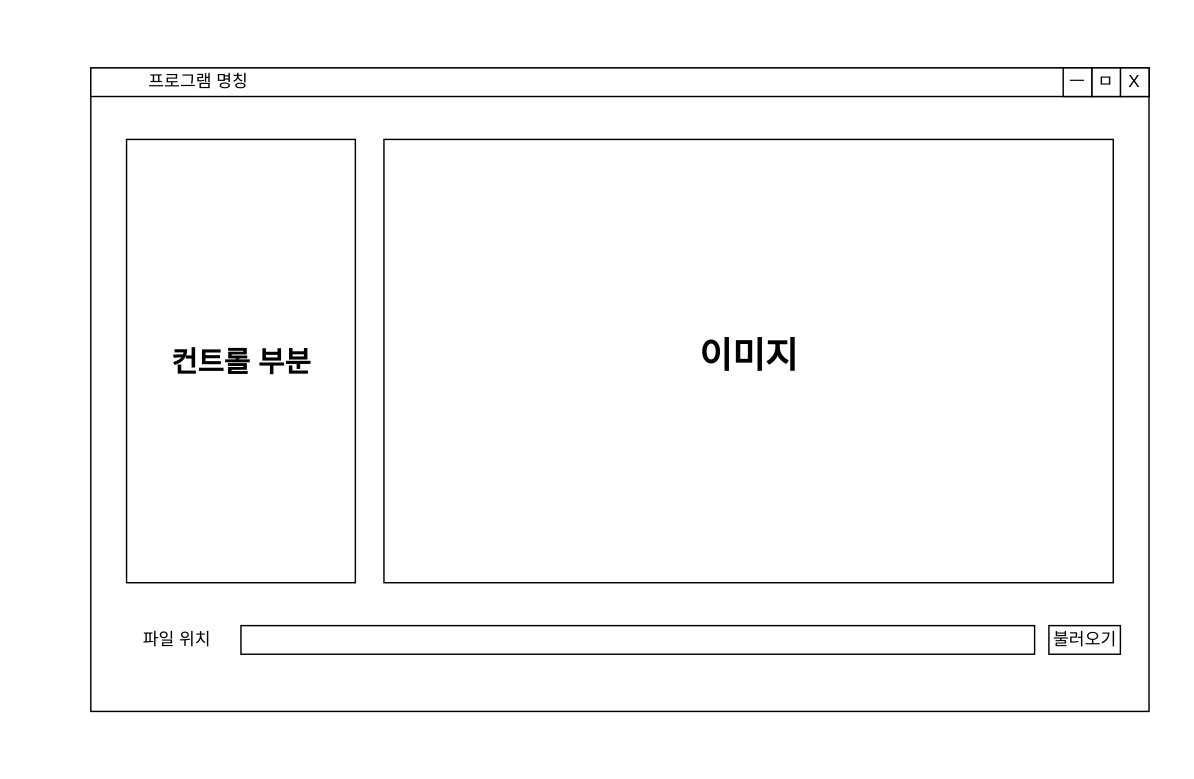
This is ROI UI 설계.drawio from Hyunmin-Kwak-hub/neighbor21, a draw.io file, before an edit. Source tidied: cells renumbered, new cells numbered last; positions are measured from the earlier drawing's top-left corner, leaving out a move shared by most shapes. Both pictures are drawn from the tidied source at 143%, with x=0, y=0 at pixel (90, 60).
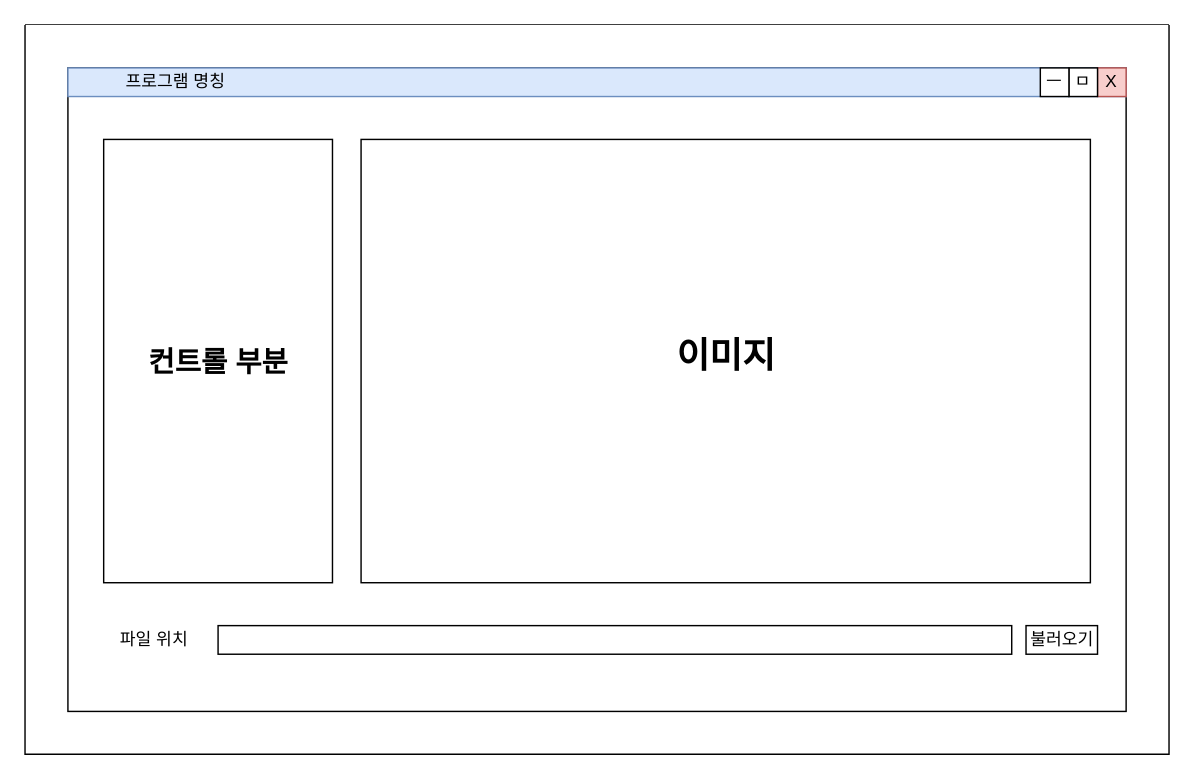
Above is the later version.

Commit message (it also covers changes not shown here):
ROI UI 설계.drawio 업데이트

Change to the diagram source:
```diff
@@
 <mxGraphModel>
   <root>
     <mxCell id="0" />
     <mxCell id="1" parent="0" />
+    <mxCell id="16" style="group;" parent="1" vertex="1">
+      <mxGeometry x="-46" y="-25" width="800" height="510" as="geometry" />
+    </mxCell>
+    <mxCell id="17" style="swimlane;startSize=0;swimlaneFillColor=default;" parent="16" vertex="1">
+      <mxGeometry width="800" height="510" as="geometry" />
+    </mxCell>
-    <mxCell id="2" style="rounded=0;whiteSpace=wrap;html=1;" parent="1" vertex="1">
-      <mxGeometry y="5" width="740" height="450" as="geometry" />
+    <mxCell id="2" style="rounded=0;whiteSpace=wrap;html=1;" parent="16" vertex="1">
+      <mxGeometry x="30" y="30" width="740" height="450" as="geometry" />
     </mxCell>
-    <mxCell id="3" style="rounded=0;whiteSpace=wrap;html=1;" parent="1" vertex="1">
-      <mxGeometry x="205" y="55" width="510" height="310" as="geometry" />
+    <mxCell id="3" style="rounded=0;whiteSpace=wrap;html=1;" parent="16" vertex="1">
+      <mxGeometry x="235" y="80" width="510" height="310" as="geometry" />
     </mxCell>
-    <mxCell id="4" style="rounded=0;whiteSpace=wrap;html=1;" parent="1" vertex="1">
-      <mxGeometry y="5" width="740" height="20" as="geometry" />
+    <mxCell id="4" style="rounded=0;whiteSpace=wrap;html=1;fillColor=#dae8fc;strokeColor=#6c8ebf;" parent="16" vertex="1">
+      <mxGeometry x="30" y="30" width="740" height="20" as="geometry" />
     </mxCell>
-    <mxCell id="5" value="X" style="whiteSpace=wrap;html=1;" parent="1" vertex="1">
-      <mxGeometry x="720" y="5" width="20" height="20" as="geometry" />
+    <mxCell id="5" value="X" style="whiteSpace=wrap;html=1;fillColor=#f8cecc;strokeColor=#b85450;" parent="16" vertex="1">
+      <mxGeometry x="750" y="30" width="20" height="20" as="geometry" />
     </mxCell>
-    <mxCell id="6" value="ㅁ" style="whiteSpace=wrap;html=1;" parent="1" vertex="1">
-      <mxGeometry x="700" y="5" width="20" height="20" as="geometry" />
+    <mxCell id="6" value="ㅁ" style="whiteSpace=wrap;html=1;" parent="16" vertex="1">
+      <mxGeometry x="730" y="30" width="20" height="20" as="geometry" />
     </mxCell>
-    <mxCell id="7" value="ㅡ" style="whiteSpace=wrap;html=1;" parent="1" vertex="1">
-      <mxGeometry x="680" y="5" width="20" height="20" as="geometry" />
+    <mxCell id="7" value="ㅡ" style="whiteSpace=wrap;html=1;" parent="16" vertex="1">
+      <mxGeometry x="710" y="30" width="20" height="20" as="geometry" />
     </mxCell>
-    <mxCell id="8" style="rounded=0;whiteSpace=wrap;html=1;" parent="1" vertex="1">
-      <mxGeometry x="25" y="55" width="160" height="310" as="geometry" />
+    <mxCell id="8" style="rounded=0;whiteSpace=wrap;html=1;" parent="16" vertex="1">
+      <mxGeometry x="55" y="80" width="160" height="310" as="geometry" />
     </mxCell>
-    <mxCell id="9" value="이미지" style="text;html=1;align=center;verticalAlign=middle;strokeColor=none;fillColor=none;fontSize=25;fontStyle=1;" parent="1" vertex="1">
-      <mxGeometry x="410" y="185" width="100" height="40" as="geometry" />
+    <mxCell id="9" value="이미지" style="text;html=1;align=center;verticalAlign=middle;strokeColor=none;fillColor=none;fontSize=25;fontStyle=1;" parent="16" vertex="1">
+      <mxGeometry x="440" y="210" width="100" height="40" as="geometry" />
     </mxCell>
-    <mxCell id="10" style="rounded=0;whiteSpace=wrap;html=1;" parent="1" vertex="1">
-      <mxGeometry x="105" y="395" width="555" height="20" as="geometry" />
+    <mxCell id="10" style="rounded=0;whiteSpace=wrap;html=1;" parent="16" vertex="1">
+      <mxGeometry x="135" y="420" width="555" height="20" as="geometry" />
     </mxCell>
-    <mxCell id="11" value="파일 위치" style="text;html=1;align=center;verticalAlign=middle;strokeColor=none;fillColor=none;" parent="1" vertex="1">
-      <mxGeometry x="25" y="390" width="70" height="30" as="geometry" />
+    <mxCell id="11" value="파일 위치" style="text;html=1;align=center;verticalAlign=middle;strokeColor=none;fillColor=none;" parent="16" vertex="1">
+      <mxGeometry x="55" y="415" width="70" height="30" as="geometry" />
     </mxCell>
-    <mxCell id="12" value="컨트롤 부분" style="text;html=1;align=center;verticalAlign=middle;strokeColor=none;fillColor=none;fontSize=20;fontStyle=1;" parent="1" vertex="1">
-      <mxGeometry x="40" y="190" width="130" height="40" as="geometry" />
+    <mxCell id="12" value="컨트롤 부분" style="text;html=1;align=center;verticalAlign=middle;strokeColor=none;fillColor=none;fontSize=20;fontStyle=1;" parent="16" vertex="1">
+      <mxGeometry x="70" y="215" width="130" height="40" as="geometry" />
     </mxCell>
-    <mxCell id="13" style="rounded=0;whiteSpace=wrap;html=1;" parent="1" vertex="1">
-      <mxGeometry x="670" y="395" width="50" height="20" as="geometry" />
+    <mxCell id="13" style="rounded=0;whiteSpace=wrap;html=1;" parent="16" vertex="1">
+      <mxGeometry x="700" y="420" width="50" height="20" as="geometry" />
     </mxCell>
-    <mxCell id="14" value="불러오기" style="text;html=1;align=center;verticalAlign=middle;strokeColor=none;fillColor=none;" parent="1" vertex="1">
-      <mxGeometry x="660" y="390" width="70" height="30" as="geometry" />
+    <mxCell id="14" value="불러오기" style="text;html=1;align=center;verticalAlign=middle;strokeColor=none;fillColor=none;" parent="16" vertex="1">
+      <mxGeometry x="690" y="415" width="70" height="30" as="geometry" />
     </mxCell>
-    <mxCell id="15" value="프로그램 명칭" style="text;html=1;align=center;verticalAlign=middle;strokeColor=none;fillColor=none;" parent="1" vertex="1">
-      <mxGeometry x="25" width="100" height="30" as="geometry" />
+    <mxCell id="15" value="프로그램 명칭" style="text;html=1;align=center;verticalAlign=middle;strokeColor=none;fillColor=none;" parent="16" vertex="1">
+      <mxGeometry x="55" y="25" width="100" height="30" as="geometry" />
     </mxCell>
   </root>
 </mxGraphModel>
```
